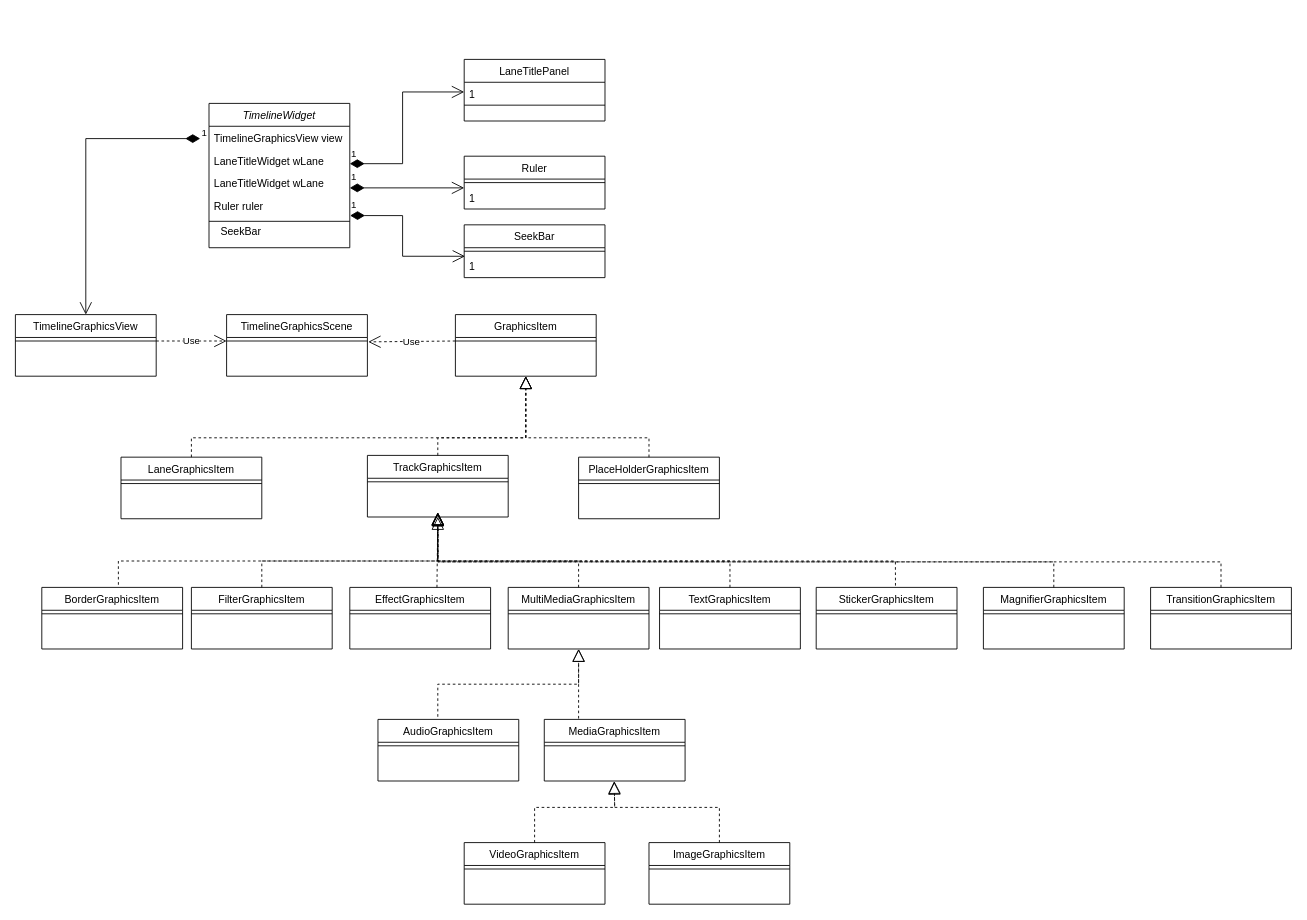
yanhj/DrawIO keeps this draw.io diagram as Timeline.drawio. Above is the earlier version. Source tidied: cells renumbered, new cells numbered last; positions are measured from the earlier drawing's top-left corner, leaving out a move shared by most shapes. Both pictures are drawn from the tidied source at 88%, with x=0, y=0 at pixel (15, 59).
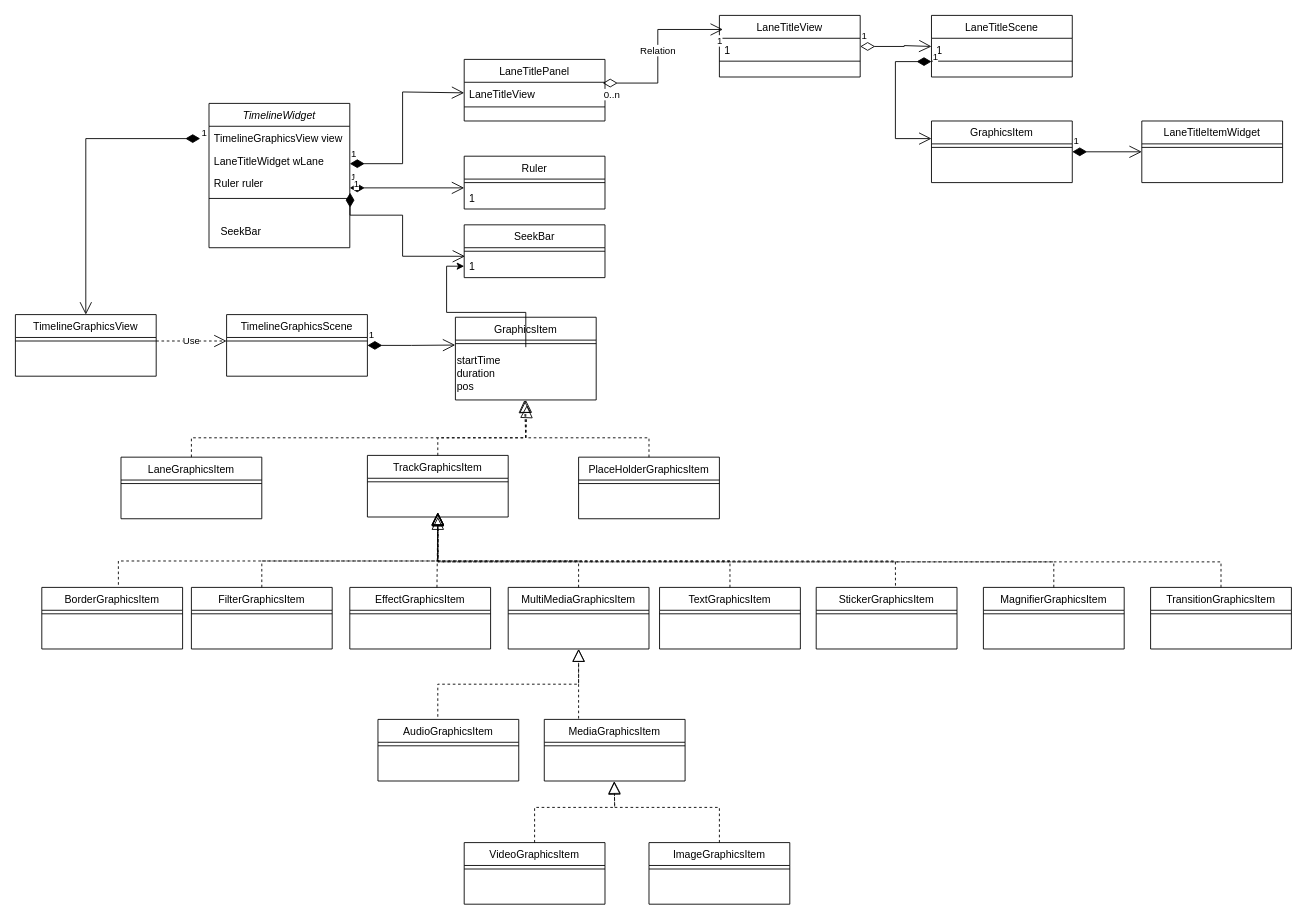
The same page after the edit.

The change refers to these unchanged cells:
```xml
<mxCell id="2" value="TimelineWidget" style="swimlane;fontStyle=2;align=center;verticalAlign=top;horizontal=1;startSize=26;rounded=0;shadow=0;strokeWidth=1;" parent="1" vertex="1">
  <mxGeometry x="220" y="50" width="160" height="164" as="geometry" />
</mxCell>
<mxCell id="12" value="LaneTitlePanel" style="swimlane;fontStyle=0;align=center;verticalAlign=top;horizontal=1;startSize=26;rounded=0;shadow=0;strokeWidth=1;" parent="1" vertex="1">
  <mxGeometry x="510" width="160" height="70" as="geometry" />
</mxCell>
<mxCell id="19" value="TimelineGraphicsScene" style="swimlane;fontStyle=0;align=center;verticalAlign=top;horizontal=1;startSize=26;rounded=0;shadow=0;strokeWidth=1;" parent="1" vertex="1">
  <mxGeometry x="240" y="290" width="160" height="70" as="geometry" />
</mxCell>
<mxCell id="20" style="line;html=1;strokeWidth=1;align=left;verticalAlign=middle;spacingTop=-1;spacingLeft=3;spacingRight=3;labelPosition=right;points=[];portConstraint=eastwest;" parent="19" vertex="1">
  <mxGeometry y="26" width="160" height="8" as="geometry" />
</mxCell>
<mxCell id="25" value="LaneGraphicsItem" style="swimlane;fontStyle=0;align=center;verticalAlign=top;horizontal=1;startSize=26;rounded=0;shadow=0;strokeWidth=1;" parent="1" vertex="1">
  <mxGeometry x="120" y="452" width="160" height="70" as="geometry" />
</mxCell>
<mxCell id="63" value="PlaceHolderGraphicsItem" style="swimlane;fontStyle=0;align=center;verticalAlign=top;horizontal=1;startSize=26;rounded=0;shadow=0;strokeWidth=1;" parent="1" vertex="1">
  <mxGeometry x="640" y="452" width="160" height="70" as="geometry" />
</mxCell>
<mxCell id="72" value="1" style="text;align=left;verticalAlign=top;spacingLeft=4;spacingRight=4;overflow=hidden;points=[[0,0.5],[1,0.5]];portConstraint=eastwest;" parent="70" vertex="1">
  <mxGeometry y="34" width="160" height="26" as="geometry" />
</mxCell>
```

The edit, as a diff of the source:
```diff
@@
-    <mxCell id="5" value="LaneTitleWidget wLane" style="text;align=left;verticalAlign=top;spacingLeft=4;spacingRight=4;overflow=hidden;rounded=0;shadow=0;html=0;" parent="2" vertex="1">
-      <mxGeometry y="78" width="160" height="26" as="geometry" />
-    </mxCell>
     <mxCell id="6" value="Ruler ruler&#10;" style="text;align=left;verticalAlign=top;spacingLeft=4;spacingRight=4;overflow=hidden;points=[[0,0.5],[1,0.5]];portConstraint=eastwest;rounded=0;shadow=0;html=0;" parent="2" vertex="1">
-      <mxGeometry y="104" width="160" height="26" as="geometry" />
+      <mxGeometry y="78" width="160" height="26" as="geometry" />
     </mxCell>
     <mxCell id="7" style="line;html=1;strokeWidth=1;align=left;verticalAlign=middle;spacingTop=-1;spacingLeft=3;spacingRight=3;labelPosition=right;" parent="2" vertex="1">
-      <mxGeometry y="130" width="160" height="8" as="geometry" />
+      <mxGeometry y="104" width="160" height="8" as="geometry" />
     </mxCell>
@@
-    <mxCell id="13" value="1" style="text;align=left;verticalAlign=top;spacingLeft=4;spacingRight=4;overflow=hidden;points=[[0,0.5],[1,0.5]];portConstraint=eastwest;" parent="12" vertex="1">
-      <mxGeometry y="26" width="160" height="22" as="geometry" />
+    <mxCell id="13" value="LaneTitleView" style="text;align=left;verticalAlign=top;spacingLeft=4;spacingRight=4;overflow=hidden;points=[[0,0.5],[1,0.5]];portConstraint=eastwest;" parent="12" vertex="1">
+      <mxGeometry y="26" width="160" height="24" as="geometry" />
     </mxCell>
     <mxCell id="14" style="line;html=1;strokeWidth=1;align=left;verticalAlign=middle;spacingTop=-1;spacingLeft=3;spacingRight=3;labelPosition=right;" parent="12" vertex="1">
-      <mxGeometry y="48" width="160" height="8" as="geometry" />
+      <mxGeometry y="50" width="160" height="8" as="geometry" />
     </mxCell>
@@
     <mxCell id="21" value="GraphicsItem" style="swimlane;fontStyle=0;align=center;verticalAlign=top;horizontal=1;startSize=26;rounded=0;shadow=0;strokeWidth=1;" parent="1" vertex="1">
-      <mxGeometry x="500" y="290" width="160" height="70" as="geometry" />
+      <mxGeometry x="500" y="293" width="160" height="94" as="geometry" />
     </mxCell>
@@
+    <mxCell id="75" value="startTime&lt;div&gt;duration&lt;/div&gt;&lt;div&gt;pos&lt;/div&gt;" style="text;html=1;align=left;verticalAlign=middle;points=[];strokeColor=none;fillColor=none;" parent="21" vertex="1">
+      <mxGeometry y="34" width="160" height="60" as="geometry" />
+    </mxCell>
@@
-    <mxCell id="28" style="endArrow=block;dashed=1;endFill=0;endSize=12;html=1;rounded=0;exitX=0.5;exitY=0;exitDx=0;exitDy=0;" parent="1" edge="1" source="25">
+    <mxCell id="28" style="endArrow=block;dashed=1;endFill=0;endSize=12;html=1;rounded=0;exitX=0.5;exitY=0;exitDx=0;exitDy=0;entryX=0.508;entryY=1.1;entryDx=0;entryDy=0;entryPerimeter=0;" parent="1" edge="1" source="25" target="75">
       <mxGeometry relative="1" as="geometry">
-        <mxPoint x="580" y="360" as="targetPoint" />
         <Array as="points">
           <mxPoint x="200" y="430" />
           <mxPoint x="580" y="430" />
         </Array>
       </mxGeometry>
     </mxCell>
-    <mxCell id="29" value="Use" style="endArrow=open;endSize=12;dashed=1;html=1;rounded=0;entryX=1.006;entryY=0.625;entryDx=0;entryDy=0;entryPerimeter=0;" parent="1" edge="1" target="20">
-      <mxGeometry relative="1" as="geometry">
-        <mxPoint x="500" y="320" as="sourcePoint" />
-      </mxGeometry>
-    </mxCell>
@@
-    <mxCell id="65" style="endArrow=block;dashed=1;endFill=0;endSize=12;html=1;rounded=0;exitX=0.5;exitY=0;exitDx=0;exitDy=0;" parent="1" edge="1" source="63">
+    <mxCell id="65" style="endArrow=block;dashed=1;endFill=0;endSize=12;html=1;rounded=0;exitX=0.5;exitY=0;exitDx=0;exitDy=0;entryX=0.49;entryY=1.005;entryDx=0;entryDy=0;entryPerimeter=0;" parent="1" edge="1" source="63" target="75">
       <mxGeometry relative="1" as="geometry">
-        <mxPoint x="580" y="360" as="targetPoint" />
         <Array as="points">
           <mxPoint x="720" y="430" />
           <mxPoint x="580" y="430" />
         </Array>
       </mxGeometry>
     </mxCell>
@@
+    <mxCell id="76" value="LaneTitleView" style="swimlane;fontStyle=0;align=center;verticalAlign=top;horizontal=1;startSize=26;rounded=0;shadow=0;strokeWidth=1;" parent="1" vertex="1">
+      <mxGeometry x="800" y="-50" width="160" height="70" as="geometry" />
+    </mxCell>
+    <mxCell id="77" value="1" style="text;align=left;verticalAlign=top;spacingLeft=4;spacingRight=4;overflow=hidden;" parent="76" vertex="1">
+      <mxGeometry y="26" width="160" height="22" as="geometry" />
+    </mxCell>
+    <mxCell id="78" style="line;html=1;strokeWidth=1;align=left;verticalAlign=middle;spacingTop=-1;spacingLeft=3;spacingRight=3;labelPosition=right;" parent="76" vertex="1">
+      <mxGeometry y="48" width="160" height="8" as="geometry" />
+    </mxCell>
+    <mxCell id="79" value="LaneTitleScene" style="swimlane;fontStyle=0;align=center;verticalAlign=top;horizontal=1;startSize=26;rounded=0;shadow=0;strokeWidth=1;" parent="1" vertex="1">
+      <mxGeometry x="1041" y="-50" width="160" height="70" as="geometry" />
+    </mxCell>
+    <mxCell id="80" value="1" style="text;align=left;verticalAlign=top;spacingLeft=4;spacingRight=4;overflow=hidden;" parent="79" vertex="1">
+      <mxGeometry y="26" width="160" height="22" as="geometry" />
+    </mxCell>
+    <mxCell id="81" style="line;html=1;strokeWidth=1;align=left;verticalAlign=middle;spacingTop=-1;spacingLeft=3;spacingRight=3;labelPosition=right;" parent="79" vertex="1">
+      <mxGeometry y="48" width="160" height="8" as="geometry" />
+    </mxCell>
+    <mxCell id="82" value="Relation" style="endArrow=open;html=1;endSize=12;startArrow=diamondThin;startSize=14;startFill=0;edgeStyle=orthogonalEdgeStyle;rounded=0;exitX=0.984;exitY=0.037;exitDx=0;exitDy=0;exitPerimeter=0;" parent="1" edge="1" source="13">
+      <mxGeometry relative="1" as="geometry">
+        <mxPoint x="804" y="-34" as="targetPoint" />
+        <Array as="points">
+          <mxPoint x="730" y="27" />
+          <mxPoint x="730" y="-34" />
+          <mxPoint x="804" y="-34" />
+        </Array>
+      </mxGeometry>
+    </mxCell>
+    <mxCell id="83" value="0..n" style="edgeLabel;html=1;align=left;verticalAlign=top;" parent="82" vertex="1">
+      <mxGeometry x="-1" relative="1" as="geometry" />
+    </mxCell>
+    <mxCell id="84" value="1" style="edgeLabel;html=1;align=right;verticalAlign=top;" parent="82" vertex="1">
+      <mxGeometry x="1" relative="1" as="geometry" />
+    </mxCell>
+    <mxCell id="85" value="1" style="endArrow=open;html=1;endSize=12;startArrow=diamondThin;startSize=14;startFill=0;edgeStyle=orthogonalEdgeStyle;align=left;verticalAlign=bottom;rounded=0;exitX=1;exitY=0.5;exitDx=0;exitDy=0;entryX=0;entryY=0.5;entryDx=0;entryDy=0;" parent="1" edge="1">
+      <mxGeometry x="-1" y="3" relative="1" as="geometry">
+        <mxPoint x="960" y="-14.7" as="sourcePoint" />
+        <mxPoint x="1041" y="-14.7" as="targetPoint" />
+        <Array as="points">
+          <mxPoint x="1010" y="-14.7" />
+          <mxPoint x="1041" y="-15.7" />
+        </Array>
+      </mxGeometry>
+    </mxCell>
+    <mxCell id="86" value="GraphicsItem" style="swimlane;fontStyle=0;align=center;verticalAlign=top;horizontal=1;startSize=26;rounded=0;shadow=0;strokeWidth=1;" parent="1" vertex="1">
+      <mxGeometry x="1041" y="70" width="160" height="70" as="geometry" />
+    </mxCell>
+    <mxCell id="87" style="line;html=1;strokeWidth=1;align=left;verticalAlign=middle;spacingTop=-1;spacingLeft=3;spacingRight=3;labelPosition=right;" parent="86" vertex="1">
+      <mxGeometry y="26" width="160" height="8" as="geometry" />
+    </mxCell>
+    <mxCell id="88" value="1" style="endArrow=open;html=1;endSize=12;startArrow=diamondThin;startSize=14;startFill=1;edgeStyle=orthogonalEdgeStyle;align=left;verticalAlign=bottom;rounded=0;exitX=0;exitY=0.75;exitDx=0;exitDy=0;" parent="1" edge="1" source="79">
+      <mxGeometry x="-1" y="3" relative="1" as="geometry">
+        <mxPoint x="1041" y="90" as="targetPoint" />
+        <Array as="points">
+          <mxPoint x="1000" y="3" />
+          <mxPoint x="1000" y="90" />
+        </Array>
+      </mxGeometry>
+    </mxCell>
+    <mxCell id="89" value="LaneTitleItemWidget" style="swimlane;fontStyle=0;align=center;verticalAlign=top;horizontal=1;startSize=26;rounded=0;shadow=0;strokeWidth=1;" parent="1" vertex="1">
+      <mxGeometry x="1280" y="70" width="160" height="70" as="geometry" />
+    </mxCell>
+    <mxCell id="90" style="line;html=1;strokeWidth=1;align=left;verticalAlign=middle;spacingTop=-1;spacingLeft=3;spacingRight=3;labelPosition=right;" parent="89" vertex="1">
+      <mxGeometry y="26" width="160" height="8" as="geometry" />
+    </mxCell>
+    <mxCell id="91" value="1" style="endArrow=open;html=1;endSize=12;startArrow=diamondThin;startSize=14;startFill=1;edgeStyle=orthogonalEdgeStyle;align=left;verticalAlign=bottom;rounded=0;exitX=1;exitY=0.5;exitDx=0;exitDy=0;entryX=0;entryY=0.5;entryDx=0;entryDy=0;" parent="1" edge="1" source="86" target="89">
+      <mxGeometry x="-1" y="3" relative="1" as="geometry" />
+    </mxCell>
+    <mxCell id="92" value="1" style="endArrow=open;html=1;endSize=12;startArrow=diamondThin;startSize=14;startFill=1;edgeStyle=orthogonalEdgeStyle;align=left;verticalAlign=bottom;rounded=0;entryX=-0.001;entryY=-0.04;entryDx=0;entryDy=0;entryPerimeter=0;exitX=1;exitY=0.5;exitDx=0;exitDy=0;" parent="1" edge="1" source="19" target="75">
+      <mxGeometry x="-1" y="3" relative="1" as="geometry" />
+    </mxCell>
+    <mxCell id="93" style="edgeStyle=orthogonalEdgeStyle;rounded=0;jettySize=auto;html=1;" parent="1" edge="1" source="75" target="72">
+      <mxGeometry relative="1" as="geometry" />
+    </mxCell>
```
